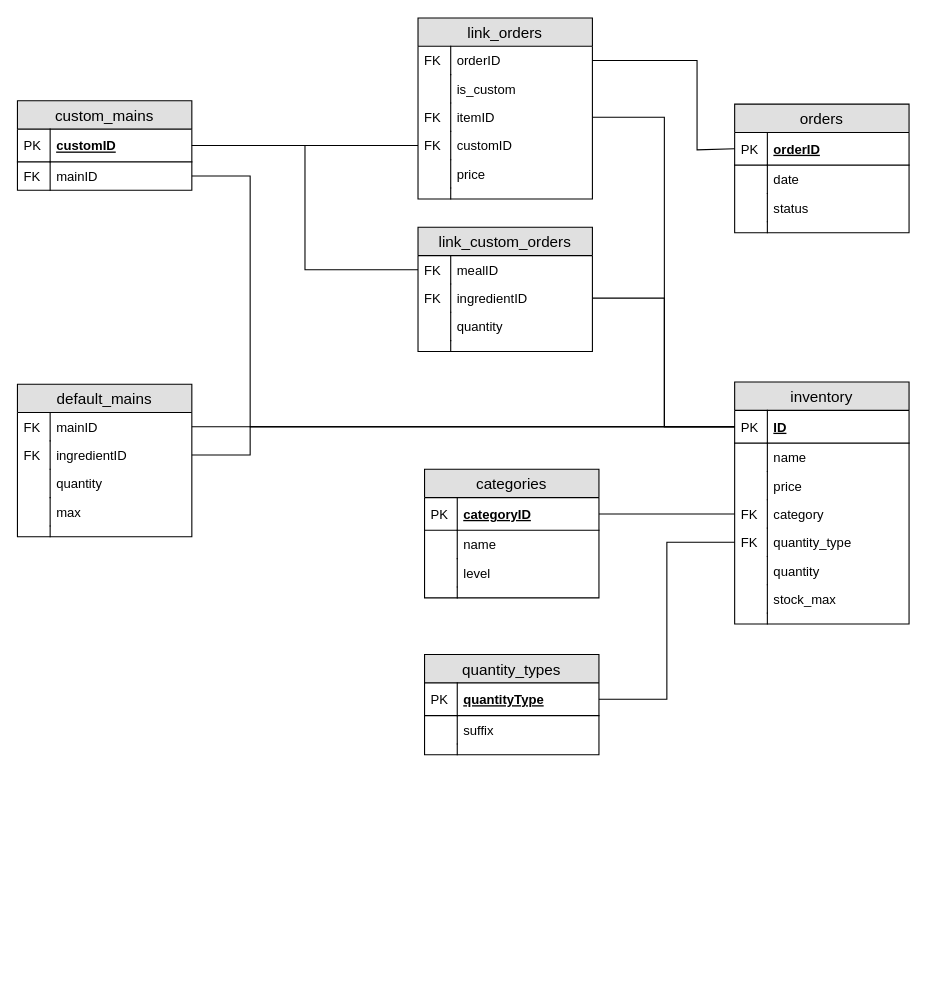
This is docs/database schema.drawio from featherbear/UNSW-COMP1531-Assignment, a draw.io file, before an edit. Source tidied: cells renumbered, new cells numbered last; positions are measured from the earlier drawing's top-left corner, leaving out a move shared by most shapes. Both pictures are drawn from the tidied source at 109%, with x=0, y=0 at pixel (16, 17).
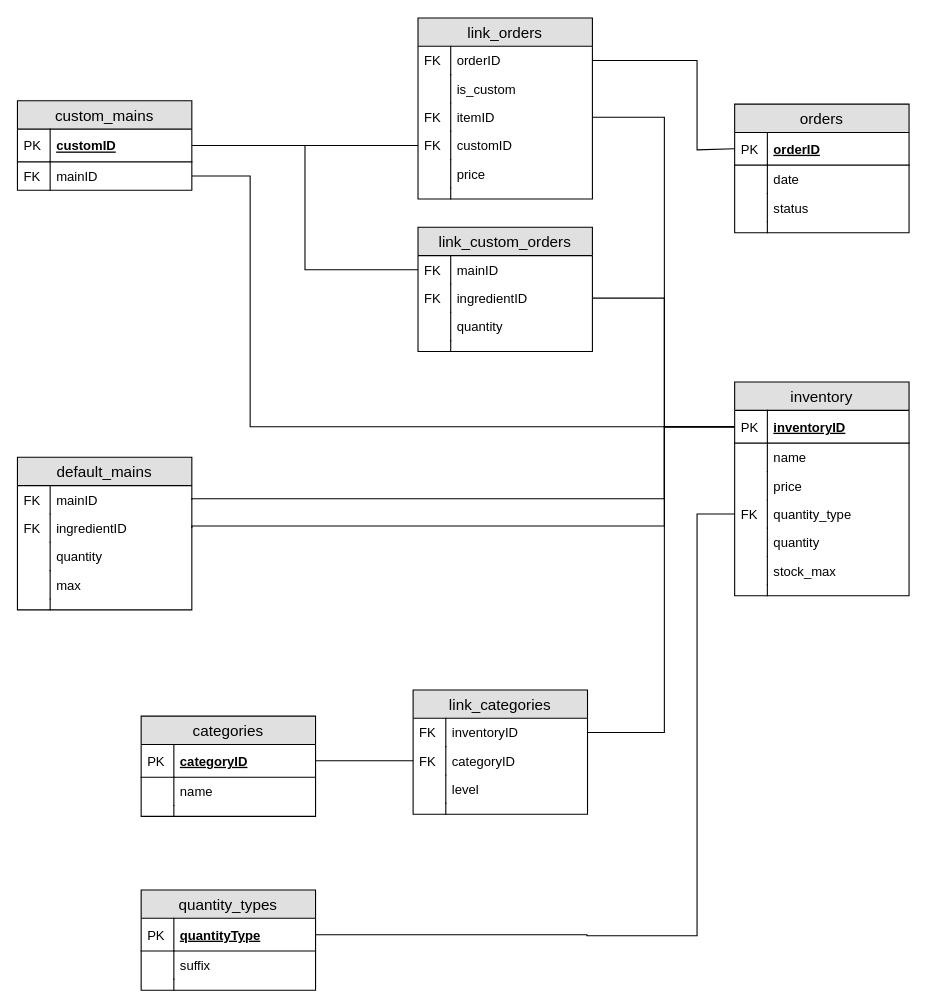
The same diagram, later.

Commit message (it also covers changes not shown here):
Improve on database schema

The change refers to these unchanged cells:
```xml
<mxCell id="2" value="link_custom_orders" style="swimlane;fontStyle=0;horizontal=1;startSize=26;fillColor=#e0e0e0;swimlaneFillColor=#ffffff;align=center;fontSize=14;" parent="1" vertex="1">
  <mxGeometry x="368" y="192" width="160" height="114" as="geometry" />
</mxCell>
<mxCell id="14" value="mainID" style="shape=partialRectangle;top=0;left=0;right=0;bottom=0;align=left;verticalAlign=top;fillColor=none;spacingLeft=34;spacingRight=4;overflow=hidden;points=[[0,0.5],[1,0.5]];portConstraint=eastwest;fontSize=12;" parent="11" vertex="1">
  <mxGeometry y="56" width="160" height="26" as="geometry" />
</mxCell>
<mxCell id="17" value="mainID" style="shape=partialRectangle;top=0;left=0;right=0;bottom=0;align=left;verticalAlign=top;fillColor=none;spacingLeft=34;spacingRight=4;overflow=hidden;points=[[0,0.5],[1,0.5]];portConstraint=eastwest;fontSize=12;" parent="16" vertex="1">
  <mxGeometry y="26" width="160" height="26" as="geometry" />
</mxCell>
<mxCell id="19" value="ingredientID" style="shape=partialRectangle;top=0;left=0;right=0;bottom=0;align=left;verticalAlign=top;fillColor=none;spacingLeft=34;spacingRight=4;overflow=hidden;points=[[0,0.5],[1,0.5]];portConstraint=eastwest;fontSize=12;" parent="16" vertex="1">
  <mxGeometry y="52" width="160" height="26" as="geometry" />
</mxCell>
<mxCell id="58" value="categoryID" style="shape=partialRectangle;top=0;left=0;right=0;bottom=1;align=left;verticalAlign=middle;fillColor=none;spacingLeft=34;spacingRight=4;overflow=hidden;points=[[0,0.5],[1,0.5]];portConstraint=eastwest;fontStyle=5;fontSize=12;" parent="57" vertex="1">
  <mxGeometry y="26" width="160" height="30" as="geometry" />
</mxCell>
<mxCell id="84" value="quantityType" style="shape=partialRectangle;top=0;left=0;right=0;bottom=1;align=left;verticalAlign=middle;fillColor=none;spacingLeft=34;spacingRight=4;overflow=hidden;points=[[0,0.5],[1,0.5]];portConstraint=eastwest;fontStyle=5;fontSize=12;" parent="83" vertex="1">
  <mxGeometry y="26" width="160" height="30" as="geometry" />
</mxCell>
```

Diff of the diagram source:
```diff
@@
-    <mxCell id="3" value="mealID" style="shape=partialRectangle;top=0;left=0;right=0;bottom=0;align=left;verticalAlign=top;fillColor=none;spacingLeft=34;spacingRight=4;overflow=hidden;points=[[0,0.5],[1,0.5]];portConstraint=eastwest;fontSize=12;" parent="2" vertex="1">
+    <mxCell id="3" value="mainID" style="shape=partialRectangle;top=0;left=0;right=0;bottom=0;align=left;verticalAlign=top;fillColor=none;spacingLeft=34;spacingRight=4;overflow=hidden;points=[[0,0.5],[1,0.5]];portConstraint=eastwest;fontSize=12;" parent="2" vertex="1">
       <mxGeometry y="26" width="160" height="26" as="geometry" />
     </mxCell>
@@
     <mxCell id="16" value="default_mains" style="swimlane;fontStyle=0;horizontal=1;startSize=26;fillColor=#e0e0e0;swimlaneFillColor=#ffffff;align=center;fontSize=14;" parent="1" vertex="1">
-      <mxGeometry x="0.5" y="336" width="160" height="140" as="geometry" />
+      <mxGeometry x="0.5" y="403" width="160" height="140" as="geometry" />
     </mxCell>
@@
     <mxCell id="27" value="inventory" style="swimlane;fontStyle=0;horizontal=1;startSize=26;fillColor=#e0e0e0;swimlaneFillColor=#ffffff;align=center;fontSize=14;" parent="1" vertex="1">
-      <mxGeometry x="658.5" y="334" width="160" height="222" as="geometry" />
+      <mxGeometry x="658.5" y="334" width="160" height="196" as="geometry" />
     </mxCell>
-    <mxCell id="28" value="ID" style="shape=partialRectangle;top=0;left=0;right=0;bottom=1;align=left;verticalAlign=middle;fillColor=none;spacingLeft=34;spacingRight=4;overflow=hidden;points=[[0,0.5],[1,0.5]];portConstraint=eastwest;fontStyle=5;fontSize=12;" parent="27" vertex="1">
+    <mxCell id="28" value="inventoryID" style="shape=partialRectangle;top=0;left=0;right=0;bottom=1;align=left;verticalAlign=middle;fillColor=none;spacingLeft=34;spacingRight=4;overflow=hidden;points=[[0,0.5],[1,0.5]];portConstraint=eastwest;fontStyle=5;fontSize=12;" parent="27" vertex="1">
       <mxGeometry y="26" width="160" height="30" as="geometry" />
     </mxCell>
@@
-    <mxCell id="34" value="category" style="shape=partialRectangle;top=0;left=0;right=0;bottom=0;align=left;verticalAlign=top;fillColor=none;spacingLeft=34;spacingRight=4;overflow=hidden;points=[[0,0.5],[1,0.5]];portConstraint=eastwest;fontSize=12;" parent="27" vertex="1">
-      <mxGeometry y="108" width="160" height="26" as="geometry" />
-    </mxCell>
-    <mxCell id="35" value="FK" style="shape=partialRectangle;top=0;left=0;bottom=0;fillColor=none;align=left;verticalAlign=top;spacingLeft=4;spacingRight=4;overflow=hidden;fontSize=12;" parent="34" vertex="1">
-      <mxGeometry width="30" height="26" as="geometry" />
-    </mxCell>
     <mxCell id="36" value="quantity_type" style="shape=partialRectangle;top=0;left=0;right=0;bottom=0;align=left;verticalAlign=top;fillColor=none;spacingLeft=34;spacingRight=4;overflow=hidden;points=[[0,0.5],[1,0.5]];portConstraint=eastwest;fontSize=12;" parent="27" vertex="1">
-      <mxGeometry y="134" width="160" height="26" as="geometry" />
+      <mxGeometry y="108" width="160" height="26" as="geometry" />
     </mxCell>
@@
     <mxCell id="38" value="quantity" style="shape=partialRectangle;top=0;left=0;right=0;bottom=0;align=left;verticalAlign=top;fillColor=none;spacingLeft=34;spacingRight=4;overflow=hidden;fontSize=12;" parent="27" vertex="1">
-      <mxGeometry y="160" width="160" height="26" as="geometry" />
+      <mxGeometry y="134" width="160" height="26" as="geometry" />
     </mxCell>
@@
     <mxCell id="40" value="stock_max" style="shape=partialRectangle;top=0;left=0;right=0;bottom=0;align=left;verticalAlign=top;fillColor=none;spacingLeft=34;spacingRight=4;overflow=hidden;fontSize=12;" parent="27" vertex="1">
-      <mxGeometry y="186" width="160" height="26" as="geometry" />
+      <mxGeometry y="160" width="160" height="26" as="geometry" />
     </mxCell>
@@
     <mxCell id="42" style="shape=partialRectangle;top=0;left=0;right=0;bottom=0;align=left;verticalAlign=top;fillColor=none;spacingLeft=34;spacingRight=4;overflow=hidden;fontSize=12;" parent="27" vertex="1">
-      <mxGeometry y="212" width="160" height="10" as="geometry" />
+      <mxGeometry y="186" width="160" height="10" as="geometry" />
     </mxCell>
@@
     <mxCell id="57" value="categories" style="swimlane;fontStyle=0;horizontal=1;startSize=26;fillColor=#e0e0e0;swimlaneFillColor=#ffffff;align=center;fontSize=14;" parent="1" vertex="1">
-      <mxGeometry x="374" y="414" width="160" height="118" as="geometry" />
+      <mxGeometry x="114" y="640.5" width="160" height="92" as="geometry" />
     </mxCell>
@@
-    <mxCell id="62" value="level" style="shape=partialRectangle;top=0;left=0;right=0;bottom=0;align=left;verticalAlign=top;fillColor=none;spacingLeft=34;spacingRight=4;overflow=hidden;fontSize=12;" parent="57" vertex="1">
-      <mxGeometry y="82" width="160" height="26" as="geometry" />
-    </mxCell>
-    <mxCell id="63" style="shape=partialRectangle;top=0;left=0;bottom=0;fillColor=none;align=left;verticalAlign=top;spacingLeft=4;spacingRight=4;overflow=hidden;fontSize=12;" parent="62" vertex="1">
-      <mxGeometry width="30" height="26" as="geometry" />
-    </mxCell>
     <mxCell id="64" style="shape=partialRectangle;top=0;left=0;right=0;bottom=0;align=left;verticalAlign=top;fillColor=none;spacingLeft=34;spacingRight=4;overflow=hidden;fontSize=12;" parent="57" vertex="1">
-      <mxGeometry y="108" width="160" height="10" as="geometry" />
+      <mxGeometry y="82" width="160" height="10" as="geometry" />
     </mxCell>
@@
-    <mxCell id="79" style="edgeStyle=orthogonalEdgeStyle;rounded=0;jettySize=auto;html=1;entryX=0;entryY=0.5;entryDx=0;entryDy=0;endArrow=none;endFill=0;" parent="1" edge="1" source="17" target="28">
-      <mxGeometry relative="1" as="geometry" />
-    </mxCell>
-    <mxCell id="80" style="edgeStyle=orthogonalEdgeStyle;rounded=0;jettySize=auto;html=1;exitX=1;exitY=0.5;exitDx=0;exitDy=0;entryX=0;entryY=0.5;entryDx=0;entryDy=0;endArrow=none;endFill=0;" parent="1" edge="1" source="14" target="28">
-      <mxGeometry relative="1" as="geometry">
-        <Array as="points">
-          <mxPoint x="214" y="145" />
-          <mxPoint x="214" y="375" />
-        </Array>
-      </mxGeometry>
-    </mxCell>
@@
-    <mxCell id="82" style="edgeStyle=orthogonalEdgeStyle;rounded=0;jettySize=auto;html=1;exitX=1;exitY=0.5;exitDx=0;exitDy=0;entryX=0;entryY=0.5;entryDx=0;entryDy=0;endArrow=none;endFill=0;" parent="1" edge="1" source="19" target="28">
-      <mxGeometry relative="1" as="geometry">
-        <Array as="points">
-          <mxPoint x="214" y="401" />
-          <mxPoint x="214" y="375" />
-        </Array>
-      </mxGeometry>
-    </mxCell>
     <mxCell id="83" value="quantity_types" style="swimlane;fontStyle=0;horizontal=1;startSize=26;fillColor=#e0e0e0;swimlaneFillColor=#ffffff;align=center;fontSize=14;" parent="1" vertex="1">
-      <mxGeometry x="374" y="584" width="160" height="92" as="geometry" />
+      <mxGeometry x="114" y="800" width="160" height="92" as="geometry" />
     </mxCell>
@@
-    <mxCell id="90" style="edgeStyle=orthogonalEdgeStyle;rounded=0;jettySize=auto;html=1;exitX=0;exitY=0.5;exitDx=0;exitDy=0;entryX=1;entryY=0.5;entryDx=0;entryDy=0;endArrow=none;endFill=0;" parent="1" edge="1" source="34" target="58">
-      <mxGeometry relative="1" as="geometry" />
-    </mxCell>
     <mxCell id="91" style="edgeStyle=orthogonalEdgeStyle;rounded=0;jettySize=auto;html=1;exitX=1;exitY=0.5;exitDx=0;exitDy=0;entryX=0;entryY=0.5;entryDx=0;entryDy=0;endArrow=none;endFill=0;" parent="1" edge="1" source="84" target="36">
-      <mxGeometry relative="1" as="geometry" />
+      <mxGeometry relative="1" as="geometry">
+        <Array as="points">
+          <mxPoint x="523" y="842" />
+          <mxPoint x="624" y="842" />
+          <mxPoint x="624" y="455" />
+        </Array>
+      </mxGeometry>
     </mxCell>
+    <mxCell id="92" value="link_categories" style="swimlane;fontStyle=0;horizontal=1;startSize=26;fillColor=#e0e0e0;swimlaneFillColor=#ffffff;align=center;fontSize=14;" parent="1" vertex="1">
+      <mxGeometry x="363.5" y="616.5" width="160" height="114" as="geometry" />
+    </mxCell>
+    <mxCell id="93" value="inventoryID" style="shape=partialRectangle;top=0;left=0;right=0;bottom=0;align=left;verticalAlign=top;fillColor=none;spacingLeft=34;spacingRight=4;overflow=hidden;points=[[0,0.5],[1,0.5]];portConstraint=eastwest;fontSize=12;" parent="92" vertex="1">
+      <mxGeometry y="26" width="160" height="26" as="geometry" />
+    </mxCell>
+    <mxCell id="94" value="FK" style="shape=partialRectangle;top=0;left=0;bottom=0;fillColor=none;align=left;verticalAlign=top;spacingLeft=4;spacingRight=4;overflow=hidden;fontSize=12;" parent="93" vertex="1">
+      <mxGeometry width="30" height="26" as="geometry" />
+    </mxCell>
+    <mxCell id="95" value="categoryID" style="shape=partialRectangle;top=0;left=0;right=0;bottom=0;align=left;verticalAlign=top;fillColor=none;spacingLeft=34;spacingRight=4;overflow=hidden;points=[[0,0.5],[1,0.5]];portConstraint=eastwest;fontSize=12;" parent="92" vertex="1">
+      <mxGeometry y="52" width="160" height="26" as="geometry" />
+    </mxCell>
+    <mxCell id="96" value="FK" style="shape=partialRectangle;top=0;left=0;bottom=0;fillColor=none;align=left;verticalAlign=top;spacingLeft=4;spacingRight=4;overflow=hidden;fontSize=12;" parent="95" vertex="1">
+      <mxGeometry width="30" height="26" as="geometry" />
+    </mxCell>
+    <mxCell id="62" value="level" style="shape=partialRectangle;top=0;left=0;right=0;bottom=0;align=left;verticalAlign=top;fillColor=none;spacingLeft=34;spacingRight=4;overflow=hidden;fontSize=12;" parent="92" vertex="1">
+      <mxGeometry y="78" width="160" height="26" as="geometry" />
+    </mxCell>
+    <mxCell id="63" style="shape=partialRectangle;top=0;left=0;bottom=0;fillColor=none;align=left;verticalAlign=top;spacingLeft=4;spacingRight=4;overflow=hidden;fontSize=12;" parent="62" vertex="1">
+      <mxGeometry width="30" height="26" as="geometry" />
+    </mxCell>
+    <mxCell id="97" style="shape=partialRectangle;top=0;left=0;right=0;bottom=0;align=left;verticalAlign=top;fillColor=none;spacingLeft=34;spacingRight=4;overflow=hidden;fontSize=12;" parent="92" vertex="1">
+      <mxGeometry y="104" width="160" height="10" as="geometry" />
+    </mxCell>
+    <mxCell id="98" style="shape=partialRectangle;top=0;left=0;bottom=0;fillColor=none;align=left;verticalAlign=top;spacingLeft=4;spacingRight=4;overflow=hidden;fontSize=12;" parent="97" vertex="1">
+      <mxGeometry width="30" height="10" as="geometry" />
+    </mxCell>
+    <mxCell id="79" style="edgeStyle=orthogonalEdgeStyle;rounded=0;jettySize=auto;html=1;exitX=1;exitY=0.5;exitDx=0;exitDy=0;entryX=0;entryY=0.5;entryDx=0;entryDy=0;endArrow=none;endFill=0;" parent="1" edge="1" source="17" target="28">
+      <mxGeometry relative="1" as="geometry">
+        <Array as="points">
+          <mxPoint x="594" y="441" />
+          <mxPoint x="594" y="375" />
+        </Array>
+      </mxGeometry>
+    </mxCell>
+    <mxCell id="82" style="edgeStyle=orthogonalEdgeStyle;rounded=0;jettySize=auto;html=1;exitX=1;exitY=0.5;exitDx=0;exitDy=0;entryX=0;entryY=0.5;entryDx=0;entryDy=0;endArrow=none;endFill=0;" parent="1" edge="1" source="19" target="28">
+      <mxGeometry relative="1" as="geometry">
+        <Array as="points">
+          <mxPoint x="594" y="466" />
+          <mxPoint x="594" y="375" />
+        </Array>
+      </mxGeometry>
+    </mxCell>
+    <mxCell id="80" style="edgeStyle=orthogonalEdgeStyle;rounded=0;jettySize=auto;html=1;exitX=1;exitY=0.5;exitDx=0;exitDy=0;entryX=0;entryY=0.5;entryDx=0;entryDy=0;endArrow=none;endFill=0;" parent="1" edge="1" source="14" target="28">
+      <mxGeometry relative="1" as="geometry">
+        <Array as="points">
+          <mxPoint x="214" y="145" />
+          <mxPoint x="214" y="375" />
+        </Array>
+      </mxGeometry>
+    </mxCell>
+    <mxCell id="99" style="edgeStyle=orthogonalEdgeStyle;rounded=0;jettySize=auto;html=1;exitX=1;exitY=0.5;exitDx=0;exitDy=0;entryX=0;entryY=0.5;entryDx=0;entryDy=0;endArrow=none;endFill=0;" parent="1" edge="1" source="93" target="28">
+      <mxGeometry relative="1" as="geometry">
+        <Array as="points">
+          <mxPoint x="594" y="656" />
+          <mxPoint x="594" y="375" />
+        </Array>
+      </mxGeometry>
+    </mxCell>
+    <mxCell id="100" style="edgeStyle=orthogonalEdgeStyle;rounded=0;jettySize=auto;html=1;exitX=0;exitY=0.5;exitDx=0;exitDy=0;entryX=1;entryY=0.5;entryDx=0;entryDy=0;endArrow=none;endFill=0;" parent="1" edge="1" source="95" target="58">
+      <mxGeometry relative="1" as="geometry" />
+    </mxCell>
```
